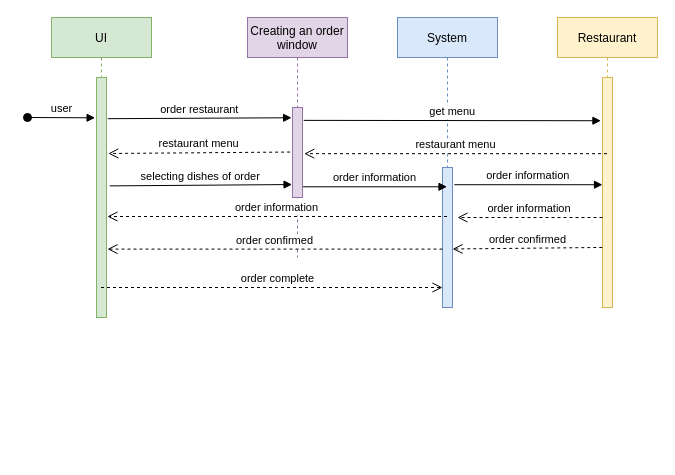
Earlier version of the draw.io diagram dia2.drawio (Anton-beep/task33). Source tidied: cells renumbered, new cells numbered last; positions are measured from the earlier drawing's top-left corner, leaving out a move shared by most shapes. Both pictures are drawn from the tidied source at 100%, with x=0, y=0 at pixel (27, 17).
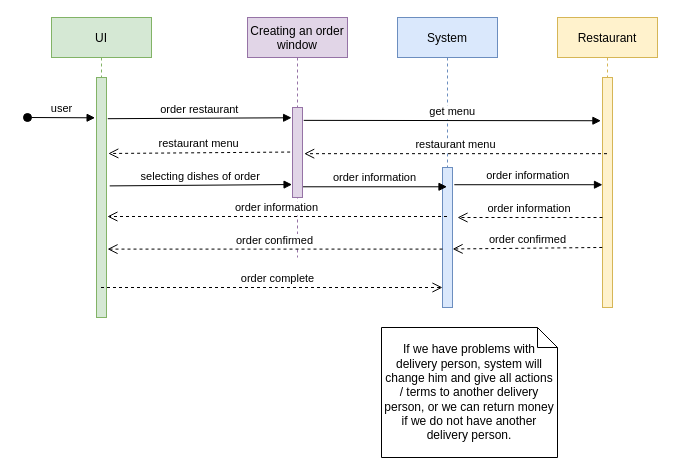
The same page after the edit.

What changed in the source:
```diff
@@
+    <mxCell id="23" value="If we have problems with delivery person, system will change him and give all actions / terms to another delivery person, or we can return money if we do not have another delivery person." style="shape=note;size=20;whiteSpace=wrap;html=1;" parent="1" vertex="1">
+      <mxGeometry x="354" y="310" width="176" height="130" as="geometry" />
+    </mxCell>
```
